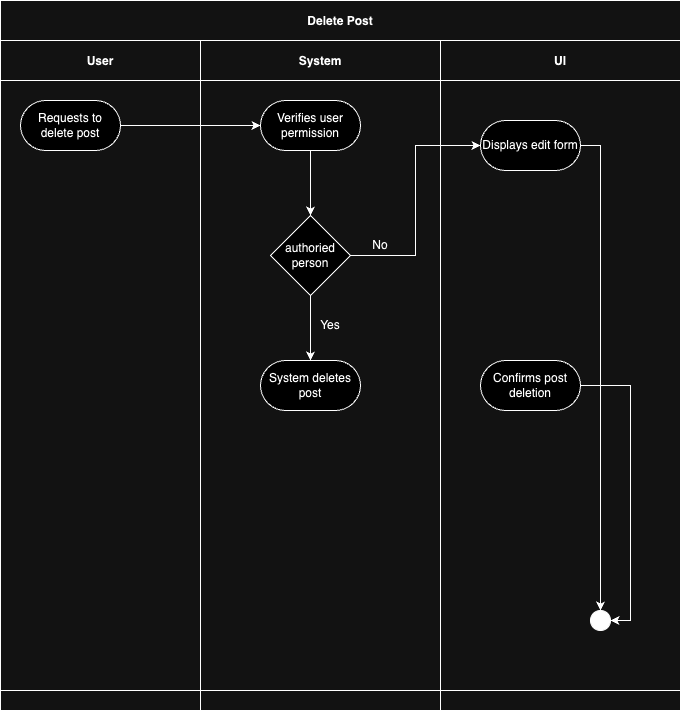
This is Assets/Delete post .drawio.png from millisom/GluGuide, a draw.io export, as it was before one commit. Source tidied: cells renumbered, new cells last; positions are measured from the earlier drawing's top-left corner, leaving out a move shared by most shapes.
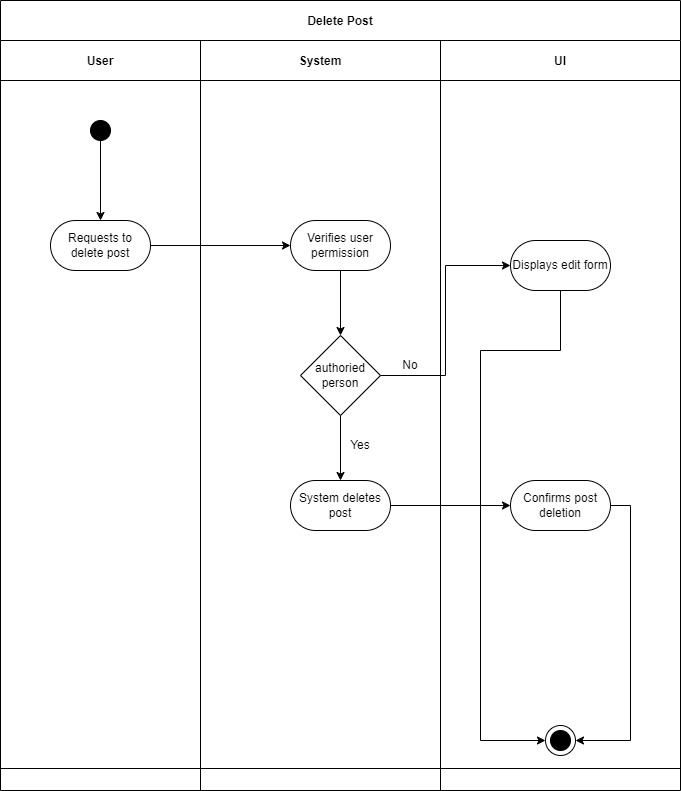
The same file after the commit.

Commit message:
Edit Delete Post Diagram

Diff of the diagram source:
```diff
@@ -3,78 +3,96 @@
     <mxCell id="0" />
     <mxCell id="1" parent="0" />
     <mxCell id="2" value="Delete Post" style="shape=table;startSize=40;fillColor=none;fontStyle=1;" parent="1" vertex="1">
-      <mxGeometry width="680" height="710" as="geometry" />
+      <mxGeometry width="680" height="790" as="geometry" />
     </mxCell>
     <mxCell id="3" style="shape=tableRow;horizontal=0;swimlaneHead=0;swimlaneBody=0;top=0;left=0;bottom=0;right=0;fillColor=none;startSize=0;fontStyle=1;" parent="2" vertex="1">
-      <mxGeometry y="40" width="680" height="650" as="geometry" />
+      <mxGeometry y="40" width="680" height="728" as="geometry" />
     </mxCell>
     <mxCell id="4" value="User" style="swimlane;swimlaneHead=0;swimlaneBody=0;fillColor=none;startSize=40;fontStyle=1;" parent="3" vertex="1">
-      <mxGeometry width="200" height="650" as="geometry" />
+      <mxGeometry width="200" height="728" as="geometry" />
     </mxCell>
     <mxCell id="5" value="Requests to delete post" style="rounded=1;whiteSpace=wrap;html=1;arcSize=50;" parent="4" vertex="1">
-      <mxGeometry x="20" y="60" width="100" height="50" as="geometry" />
+      <mxGeometry x="50" y="180" width="100" height="50" as="geometry" />
     </mxCell>
+    <mxCell id="26" style="edgeStyle=none;html=1;" parent="4" edge="1" source="27" target="5">
+      <mxGeometry relative="1" as="geometry" />
+    </mxCell>
+    <mxCell id="27" style="ellipse;whiteSpace=wrap;html=1;fillColor=#000000;" parent="4" vertex="1">
+      <mxGeometry x="90" y="80" width="20" height="20" as="geometry" />
+    </mxCell>
     <mxCell id="6" value="System" style="swimlane;swimlaneHead=0;swimlaneBody=0;fillColor=none;startSize=40;fontStyle=1;" parent="3" vertex="1">
-      <mxGeometry x="200" width="240" height="650" as="geometry" />
+      <mxGeometry x="200" width="240" height="728" as="geometry" />
     </mxCell>
     <mxCell id="7" style="edgeStyle=orthogonalEdgeStyle;rounded=0;jettySize=auto;html=1;exitX=0.5;exitY=1;exitDx=0;exitDy=0;entryX=0.5;entryY=0;entryDx=0;entryDy=0;" parent="6" edge="1" source="8" target="10">
       <mxGeometry relative="1" as="geometry" />
     </mxCell>
     <mxCell id="8" value="Verifies user permission" style="rounded=1;whiteSpace=wrap;html=1;arcSize=50;" parent="6" vertex="1">
-      <mxGeometry x="60" y="60" width="100" height="50" as="geometry" />
+      <mxGeometry x="90" y="180" width="100" height="50" as="geometry" />
     </mxCell>
     <mxCell id="9" style="edgeStyle=orthogonalEdgeStyle;rounded=0;jettySize=auto;html=1;exitX=0.5;exitY=1;exitDx=0;exitDy=0;" parent="6" edge="1" source="10" target="13">
       <mxGeometry relative="1" as="geometry" />
     </mxCell>
     <mxCell id="10" value="authoried person" style="rhombus;whiteSpace=wrap;html=1;" parent="6" vertex="1">
-      <mxGeometry x="70" y="175" width="80" height="80" as="geometry" />
+      <mxGeometry x="100" y="295" width="80" height="80" as="geometry" />
     </mxCell>
     <mxCell id="11" value="No" style="text;html=1;align=center;verticalAlign=middle;whiteSpace=wrap;rounded=0;" parent="6" vertex="1">
-      <mxGeometry x="150" y="190" width="60" height="30" as="geometry" />
+      <mxGeometry x="180" y="310" width="60" height="30" as="geometry" />
     </mxCell>
     <mxCell id="12" value="Yes" style="text;html=1;align=center;verticalAlign=middle;whiteSpace=wrap;rounded=0;" parent="6" vertex="1">
-      <mxGeometry x="100" y="270" width="60" height="30" as="geometry" />
+      <mxGeometry x="130" y="390" width="60" height="30" as="geometry" />
     </mxCell>
     <mxCell id="13" value="System deletes post" style="rounded=1;whiteSpace=wrap;html=1;arcSize=50;" parent="6" vertex="1">
-      <mxGeometry x="60" y="320" width="100" height="50" as="geometry" />
+      <mxGeometry x="90" y="440" width="100" height="50" as="geometry" />
     </mxCell>
     <mxCell id="14" value="UI" style="swimlane;swimlaneHead=0;swimlaneBody=0;fillColor=none;startSize=40;fontStyle=1;" parent="3" vertex="1">
-      <mxGeometry x="440" width="240" height="650" as="geometry" />
+      <mxGeometry x="440" width="240" height="728" as="geometry" />
     </mxCell>
-    <mxCell id="15" style="edgeStyle=orthogonalEdgeStyle;rounded=0;jettySize=auto;html=1;exitX=1;exitY=0.5;exitDx=0;exitDy=0;entryX=1;entryY=0.5;entryDx=0;entryDy=0;" parent="14" edge="1" source="16" target="17">
+    <mxCell id="15" style="edgeStyle=orthogonalEdgeStyle;rounded=0;jettySize=auto;html=1;exitX=1;exitY=0.5;exitDx=0;exitDy=0;entryX=1;entryY=0.5;entryDx=0;entryDy=0;" parent="14" edge="1" source="16" target="29">
       <mxGeometry relative="1" as="geometry" />
     </mxCell>
     <mxCell id="16" value="Confirms post deletion" style="rounded=1;whiteSpace=wrap;html=1;arcSize=50;" parent="14" vertex="1">
-      <mxGeometry x="40" y="320" width="100" height="50" as="geometry" />
+      <mxGeometry x="70" y="440" width="100" height="50" as="geometry" />
     </mxCell>
     <mxCell id="17" style="ellipse;whiteSpace=wrap;html=1;fillColor=#000000;" parent="14" vertex="1">
-      <mxGeometry x="150" y="570" width="20" height="20" as="geometry" />
+      <mxGeometry x="110" y="690" width="20" height="20" as="geometry" />
     </mxCell>
-    <mxCell id="18" style="edgeStyle=orthogonalEdgeStyle;rounded=0;jettySize=auto;html=1;exitX=1;exitY=0.5;exitDx=0;exitDy=0;entryX=0.5;entryY=0;entryDx=0;entryDy=0;" parent="14" edge="1" source="19" target="17">
-      <mxGeometry relative="1" as="geometry" />
-    </mxCell>
     <mxCell id="19" value="Displays edit form" style="rounded=1;whiteSpace=wrap;html=1;arcSize=50;" parent="14" vertex="1">
-      <mxGeometry x="40" y="80" width="100" height="50" as="geometry" />
+      <mxGeometry x="70" y="200" width="100" height="50" as="geometry" />
     </mxCell>
+    <mxCell id="28" style="edgeStyle=orthogonalEdgeStyle;rounded=0;jettySize=auto;html=1;exitX=0.5;exitY=1;exitDx=0;exitDy=0;entryX=0;entryY=0.5;entryDx=0;entryDy=0;" parent="14" edge="1" source="19" target="29">
+      <mxGeometry relative="1" as="geometry">
+        <Array as="points">
+          <mxPoint x="120" y="310" />
+          <mxPoint x="40" y="310" />
+          <mxPoint x="40" y="700" />
+        </Array>
+      </mxGeometry>
+    </mxCell>
+    <mxCell id="29" value="&lt;span style=&quot;color: rgba(0, 0, 0, 0); font-family: monospace; font-size: 0px; text-align: start;&quot;&gt;%3CmxGraphModel%3E%3Croot%3E%3CmxCell%20id%3D%220%22%2F%3E%3CmxCell%20id%3D%221%22%20parent%3D%220%22%2F%3E%3CmxCell%20id%3D%222%22%20value%3D%22%22%20style%3D%22ellipse%3BwhiteSpace%3Dwrap%3Bhtml%3D1%3Baspect%3Dfixed%3BfillColor%3Dnone%3B%22%20vertex%3D%221%22%20parent%3D%221%22%3E%3CmxGeometry%20x%3D%22625%22%20y%3D%22675%22%20width%3D%2230%22%20height%3D%2230%22%20as%3D%22geometry%22%2F%3E%3C%2FmxCell%3E%3C%2Froot%3E%3C%2FmxGraphModel%3E&lt;/span&gt;" style="ellipse;whiteSpace=wrap;html=1;fillColor=none;" parent="14" vertex="1">
+      <mxGeometry x="105" y="685" width="30" height="30" as="geometry" />
+    </mxCell>
     <mxCell id="20" style="edgeStyle=orthogonalEdgeStyle;rounded=0;jettySize=auto;html=1;entryX=0;entryY=0.5;entryDx=0;entryDy=0;" parent="3" edge="1" source="5">
       <mxGeometry relative="1" as="geometry">
-        <mxPoint x="260" y="85" as="targetPoint" />
+        <mxPoint x="290" y="205" as="targetPoint" />
       </mxGeometry>
     </mxCell>
     <mxCell id="21" style="edgeStyle=orthogonalEdgeStyle;rounded=0;jettySize=auto;html=1;exitX=1;exitY=0.5;exitDx=0;exitDy=0;entryX=0;entryY=0.5;entryDx=0;entryDy=0;" parent="3" edge="1" source="10" target="19">
       <mxGeometry relative="1" as="geometry" />
     </mxCell>
+    <mxCell id="30" style="edgeStyle=orthogonalEdgeStyle;rounded=0;jettySize=auto;html=1;exitX=1;exitY=0.5;exitDx=0;exitDy=0;entryX=0;entryY=0.5;entryDx=0;entryDy=0;" parent="3" edge="1" source="13" target="16">
+      <mxGeometry relative="1" as="geometry" />
+    </mxCell>
     <mxCell id="22" style="shape=tableRow;horizontal=0;swimlaneHead=0;swimlaneBody=0;top=0;left=0;bottom=0;right=0;fillColor=none;startSize=0;fontStyle=1;" parent="2" vertex="1">
-      <mxGeometry y="690" width="680" height="20" as="geometry" />
+      <mxGeometry y="768" width="680" height="22" as="geometry" />
     </mxCell>
     <mxCell id="23" style="swimlane;swimlaneHead=0;swimlaneBody=0;fillColor=none;startSize=0;fontStyle=1;" parent="22" vertex="1">
-      <mxGeometry width="200" height="20" as="geometry" />
+      <mxGeometry width="200" height="22" as="geometry" />
     </mxCell>
     <mxCell id="24" style="swimlane;swimlaneHead=0;swimlaneBody=0;fillColor=none;startSize=0;fontStyle=1;" parent="22" vertex="1">
-      <mxGeometry x="200" width="240" height="20" as="geometry" />
+      <mxGeometry x="200" width="240" height="22" as="geometry" />
     </mxCell>
     <mxCell id="25" style="swimlane;swimlaneHead=0;swimlaneBody=0;fillColor=none;startSize=0;fontStyle=1;" parent="22" vertex="1">
-      <mxGeometry x="440" width="240" height="20" as="geometry" />
+      <mxGeometry x="440" width="240" height="22" as="geometry" />
     </mxCell>
   </root>
 </mxGraphModel>
```
